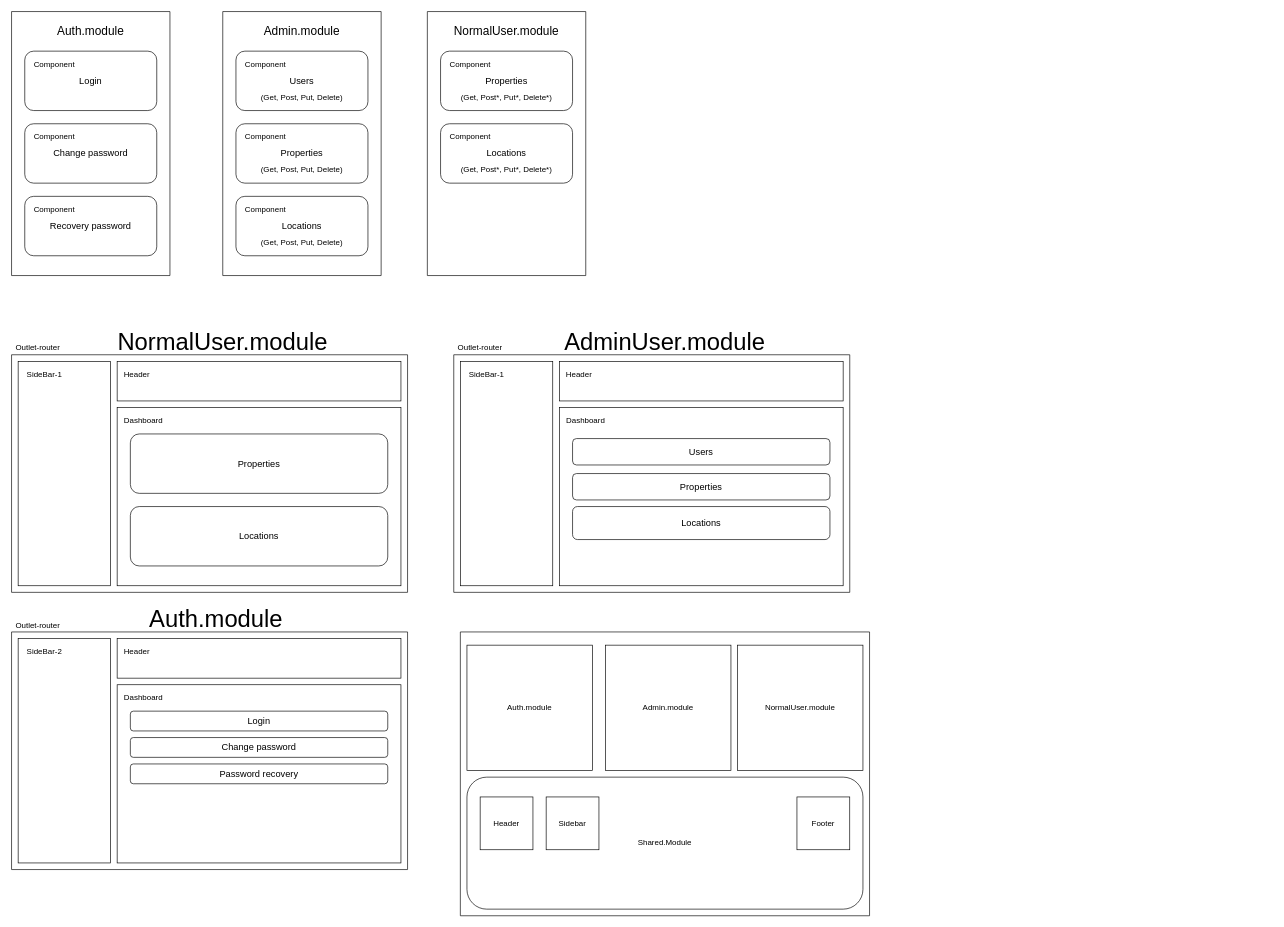
The draw.io diagram Info/Architecture_Frontend_v1.drawio in gasiferox/G40-Cycle4-DAW-Team5, before the edit. Source tidied: cells renumbered, new cells numbered last; positions are measured from the earlier drawing's top-left corner, leaving out a move shared by most shapes. Both pictures are drawn from the tidied source at 66%, with x=0, y=0 at pixel (11, 11).
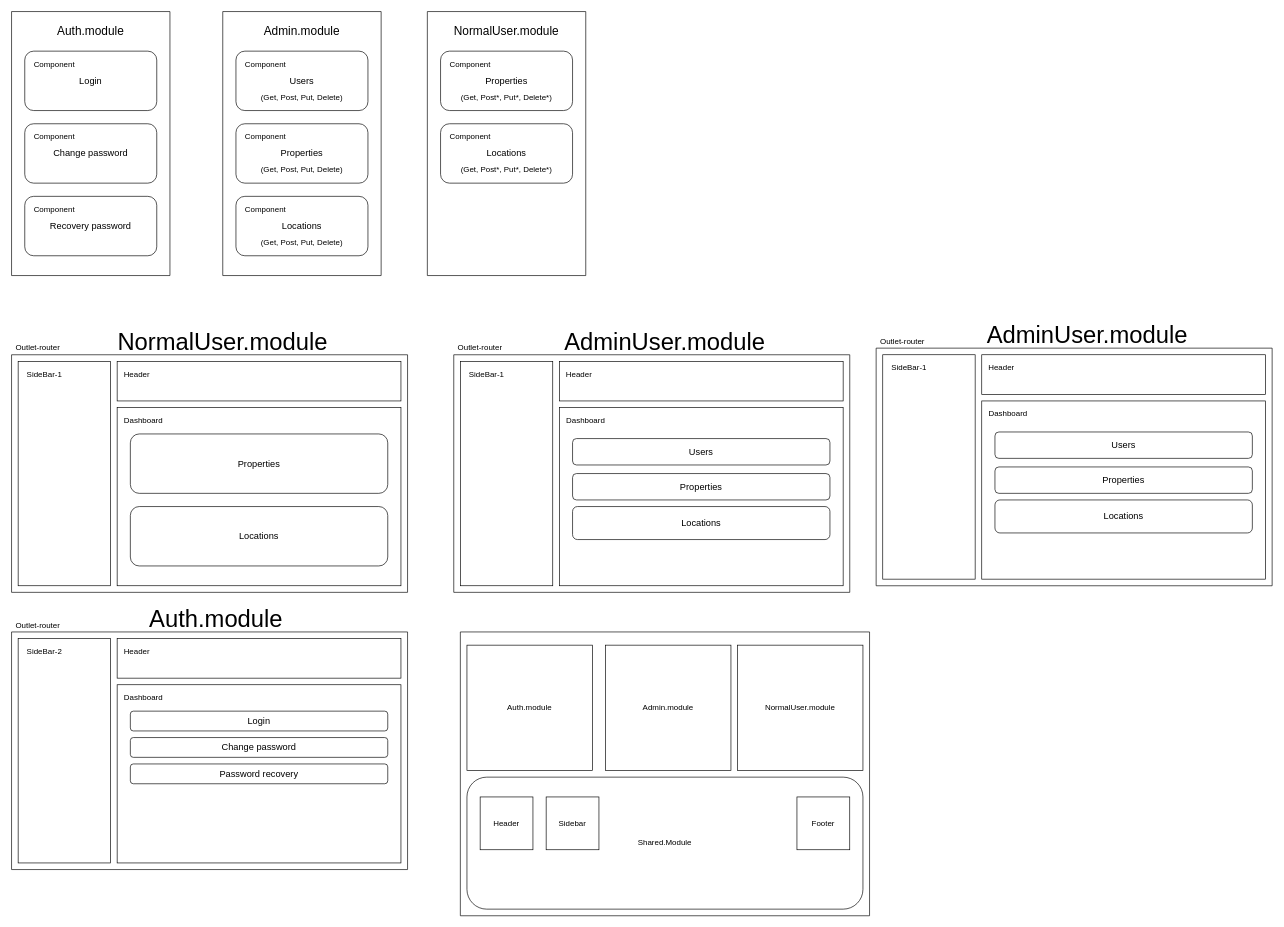
After the change.

What changed in the source:
```diff
@@
+    <mxCell id="72" style="swimlane;startSize=0;" parent="1" vertex="1">
+      <mxGeometry x="1310" y="510" width="600" height="360" as="geometry" />
+    </mxCell>
+    <mxCell id="73" style="rounded=0;whiteSpace=wrap;html=1;" parent="72" vertex="1">
+      <mxGeometry x="10" y="10" width="140" height="340" as="geometry" />
+    </mxCell>
+    <mxCell id="74" value="SideBar-1" style="text;html=1;strokeColor=none;fillColor=none;align=center;verticalAlign=middle;whiteSpace=wrap;rounded=0;" parent="72" vertex="1">
+      <mxGeometry x="20" y="20" width="60" height="20" as="geometry" />
+    </mxCell>
+    <mxCell id="75" style="rounded=0;whiteSpace=wrap;html=1;" parent="72" vertex="1">
+      <mxGeometry x="160" y="10" width="430" height="60" as="geometry" />
+    </mxCell>
+    <mxCell id="76" style="rounded=0;whiteSpace=wrap;html=1;" parent="72" vertex="1">
+      <mxGeometry x="160" y="80" width="430" height="270" as="geometry" />
+    </mxCell>
+    <mxCell id="77" value="Dashboard" style="text;html=1;strokeColor=none;fillColor=none;align=center;verticalAlign=middle;whiteSpace=wrap;rounded=0;" parent="72" vertex="1">
+      <mxGeometry x="170" y="90" width="60" height="20" as="geometry" />
+    </mxCell>
+    <mxCell id="78" value="&lt;font style=&quot;font-size: 14px&quot;&gt;Properties&lt;/font&gt;" style="rounded=1;whiteSpace=wrap;html=1;" parent="72" vertex="1">
+      <mxGeometry x="180" y="180" width="390" height="40" as="geometry" />
+    </mxCell>
+    <mxCell id="79" value="&lt;font style=&quot;font-size: 14px&quot;&gt;Locations&lt;/font&gt;" style="rounded=1;whiteSpace=wrap;html=1;" parent="72" vertex="1">
+      <mxGeometry x="180" y="230" width="390" height="50" as="geometry" />
+    </mxCell>
+    <mxCell id="80" value="&lt;font style=&quot;font-size: 14px&quot;&gt;Users&lt;/font&gt;" style="rounded=1;whiteSpace=wrap;html=1;" parent="72" vertex="1">
+      <mxGeometry x="180" y="127" width="390" height="40" as="geometry" />
+    </mxCell>
+    <mxCell id="81" value="Outlet-router" style="text;html=1;strokeColor=none;fillColor=none;align=center;verticalAlign=middle;whiteSpace=wrap;rounded=0;" parent="1" vertex="1">
+      <mxGeometry x="1310" y="490" width="80" height="20" as="geometry" />
+    </mxCell>
+    <mxCell id="82" value="Header" style="text;html=1;strokeColor=none;fillColor=none;align=center;verticalAlign=middle;whiteSpace=wrap;rounded=0;" parent="1" vertex="1">
+      <mxGeometry x="1480" y="530" width="40" height="20" as="geometry" />
+    </mxCell>
+    <mxCell id="83" value="&lt;font style=&quot;font-size: 36px&quot;&gt;AdminUser.module&lt;/font&gt;" style="text;html=1;strokeColor=none;fillColor=none;align=center;verticalAlign=middle;whiteSpace=wrap;rounded=0;" parent="1" vertex="1">
+      <mxGeometry x="1560" y="480" width="140" height="20" as="geometry" />
+    </mxCell>
```
